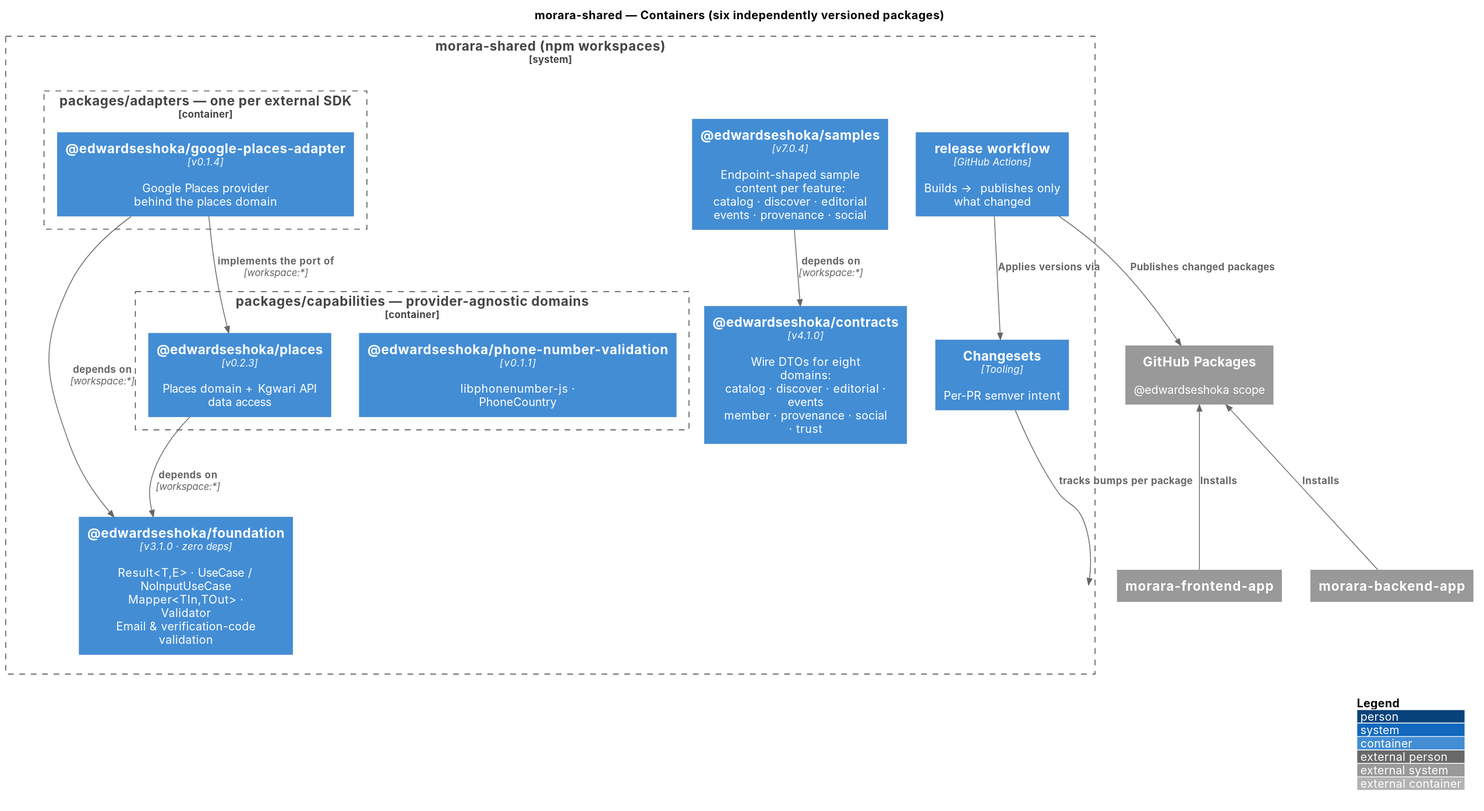
Earlier version of the PlantUML export site/assets/diagrams/sh-container.svg (EdwardSeshoka/kgwari-portfolio). Source of this version:
```plantuml
@startuml
!include https://raw.githubusercontent.com/plantuml-stdlib/C4-PlantUML/master/C4_Container.puml

LAYOUT_WITH_LEGEND()
HIDE_STEREOTYPE()
skinparam backgroundColor #FFFFFF
skinparam defaultFontName "Inter"
skinparam shadowing false

title morara-shared — Containers (six independently versioned packages)

System_Boundary(shared, "morara-shared (npm workspaces)") {

  Container(foundation, "@edwardseshoka/foundation", "v3.1.0 · zero deps", "Result<T,E> · UseCase / NoInputUseCase\nMapper<TIn,TOut> · Validator\nEmail & verification-code validation")

  Container(contracts, "@edwardseshoka/contracts", "v4.1.0", "Wire DTOs for eight domains:\ncatalog · discover · editorial · events\nmember · provenance · social · trust")

  Container(samples, "@edwardseshoka/samples", "v7.0.4", "Endpoint-shaped sample content per feature:\ncatalog · discover · editorial\nevents · provenance · social")

  Container_Boundary(caps, "packages/capabilities — provider-agnostic domains") {
    Container(places, "@edwardseshoka/places", "v0.2.3", "Places domain + Kgwari API data access")
    Container(phone, "@edwardseshoka/phone-number-validation", "v0.1.1", "libphonenumber-js · PhoneCountry")
  }

  Container_Boundary(adapters, "packages/adapters — one per external SDK") {
    Container(gplaces, "@edwardseshoka/google-places-adapter", "v0.1.4", "Google Places provider behind the places domain")
  }

  Container(cs, "Changesets", "Tooling", "Per-PR semver intent")
  Container(release, "release workflow", "GitHub Actions", "Builds -> publishes only what changed")
}

System_Ext(ghpkg, "GitHub Packages", "@edwardseshoka scope")
System_Ext(fe, "morara-frontend-app")
System_Ext(be, "morara-backend-app")

Rel(samples, contracts, "depends on", "workspace:*")
Rel(places, foundation, "depends on", "workspace:*")
Rel(gplaces, places, "implements the port of", "workspace:*")
Rel(gplaces, foundation, "depends on", "workspace:*")
Rel(cs, shared, "tracks bumps per package")
Rel(release, cs, "Applies versions via")
Rel(release, ghpkg, "Publishes changed packages")
Rel_Back(ghpkg, fe, "Installs")
Rel_Back(ghpkg, be, "Installs")
@enduml
```
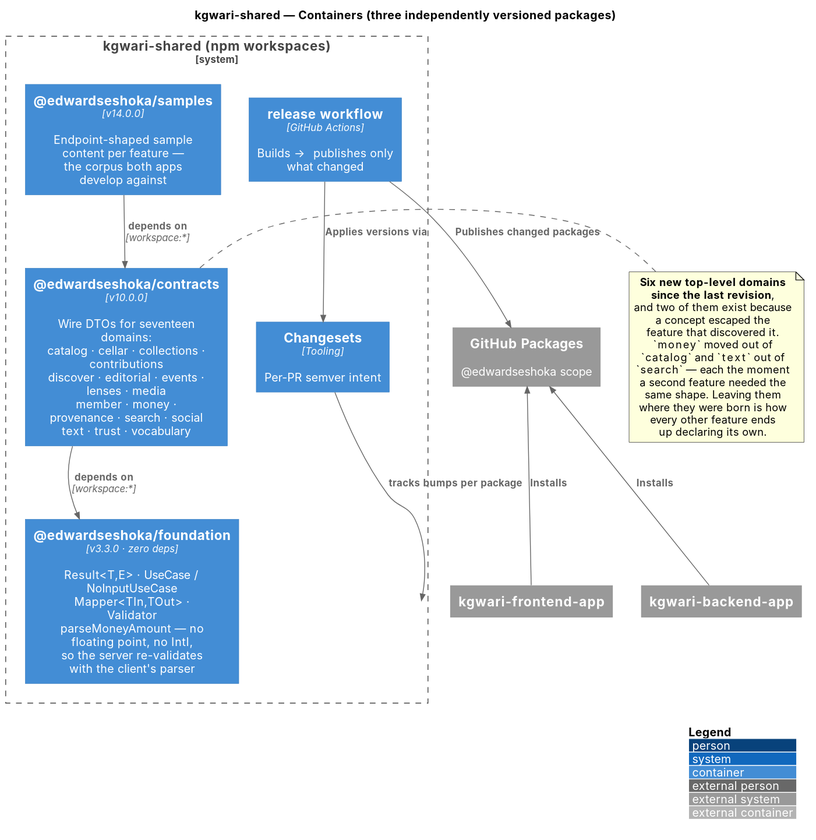
Later version of the same file.

Diff of the diagram source:
```diff
@@ -7,37 +7,36 @@
 skinparam defaultFontName "Inter"
 skinparam shadowing false
 
-title morara-shared — Containers (six independently versioned packages)
+title kgwari-shared — Containers (three independently versioned packages)
 
-System_Boundary(shared, "morara-shared (npm workspaces)") {
+System_Boundary(shared, "kgwari-shared (npm workspaces)") {
 
-  Container(foundation, "@edwardseshoka/foundation", "v3.1.0 · zero deps", "Result<T,E> · UseCase / NoInputUseCase\nMapper<TIn,TOut> · Validator\nEmail & verification-code validation")
+  Container(foundation, "@edwardseshoka/foundation", "v3.3.0 · zero deps", "Result<T,E> · UseCase / NoInputUseCase\nMapper<TIn,TOut> · Validator\nparseMoneyAmount — no floating point, no Intl,\nso the server re-validates with the client's parser")
 
-  Container(contracts, "@edwardseshoka/contracts", "v4.1.0", "Wire DTOs for eight domains:\ncatalog · discover · editorial · events\nmember · provenance · social · trust")
+  Container(contracts, "@edwardseshoka/contracts", "v10.0.0", "Wire DTOs for seventeen domains:\ncatalog · cellar · collections · contributions\ndiscover · editorial · events · lenses · media\nmember · money · provenance · search · social\ntext · trust · vocabulary")
 
-  Container(samples, "@edwardseshoka/samples", "v7.0.4", "Endpoint-shaped sample content per feature:\ncatalog · discover · editorial\nevents · provenance · social")
-
-  Container_Boundary(caps, "packages/capabilities — provider-agnostic domains") {
-    Container(places, "@edwardseshoka/places", "v0.2.3", "Places domain + Kgwari API data access")
-    Container(phone, "@edwardseshoka/phone-number-validation", "v0.1.1", "libphonenumber-js · PhoneCountry")
-  }
-
-  Container_Boundary(adapters, "packages/adapters — one per external SDK") {
-    Container(gplaces, "@edwardseshoka/google-places-adapter", "v0.1.4", "Google Places provider behind the places domain")
-  }
+  Container(samples, "@edwardseshoka/samples", "v14.0.0", "Endpoint-shaped sample content per feature —\nthe corpus both apps develop against")
 
   Container(cs, "Changesets", "Tooling", "Per-PR semver intent")
   Container(release, "release workflow", "GitHub Actions", "Builds -> publishes only what changed")
 }
 
+note right of contracts
+  **Six new top-level domains since the last revision**,
+  and two of them exist because a concept escaped the
+  feature that discovered it. `money` moved out of
+  `catalog` and `text` out of `search` — each the moment
+  a second feature needed the same shape. Leaving them
+  where they were born is how every other feature ends
+  up declaring its own.
+end note
+
 System_Ext(ghpkg, "GitHub Packages", "@edwardseshoka scope")
-System_Ext(fe, "morara-frontend-app")
-System_Ext(be, "morara-backend-app")
+System_Ext(fe, "kgwari-frontend-app")
+System_Ext(be, "kgwari-backend-app")
 
 Rel(samples, contracts, "depends on", "workspace:*")
-Rel(places, foundation, "depends on", "workspace:*")
-Rel(gplaces, places, "implements the port of", "workspace:*")
-Rel(gplaces, foundation, "depends on", "workspace:*")
+Rel(contracts, foundation, "depends on", "workspace:*")
 Rel(cs, shared, "tracks bumps per package")
 Rel(release, cs, "Applies versions via")
 Rel(release, ghpkg, "Publishes changed packages")
```
